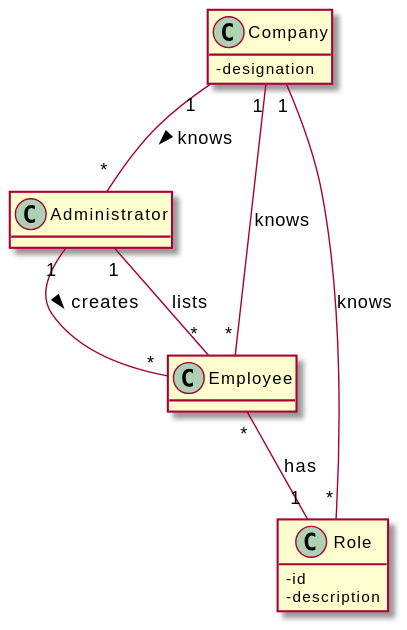
Before: docs/SprintB/US11/DM/US11_DM.svg, a diagram exported from PlantUML (miseEnPlace-i/lapr2).
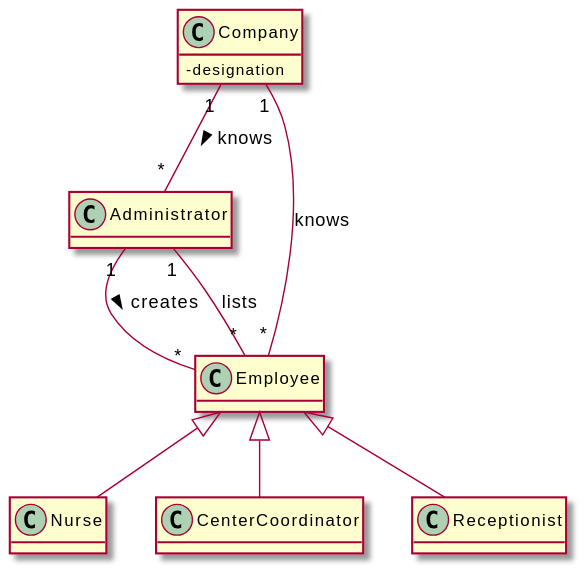
After the commit.

Commit message:
docs(US11): updated SD, DM & CD to use superclass employee

Change to the diagram source:
```diff
@@ -11,18 +11,14 @@
   - designation
 }
 
-class Role {
-  - id
-  - description
-}
-
 Administrator "1" -- "*" Employee : creates >
 Administrator "1" -- "*" Employee : lists
 
 Company "1" -- "*" Administrator : knows  >
 Company "1" -- "*" Employee : knows
 
-Employee "*" -- "1" Role : has
-Company "1" -- "*" Role : knows
+Employee <|-- Nurse
+Employee <|-- CenterCoordinator
+Employee <|-- Receptionist
 
 @enduml
```
